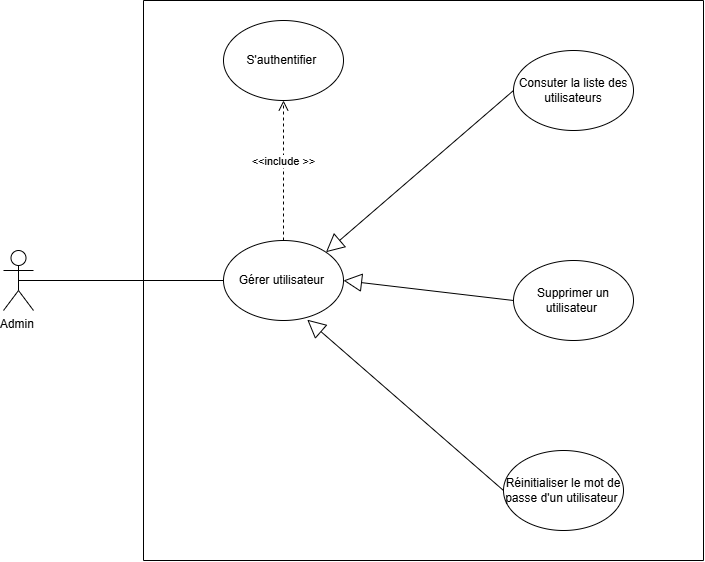
imenmallouli/deploy keeps this draw.io diagram as image/Diagramme Admin use case.png. Above is the earlier version. Source tidied: cells renumbered, new cells last; positions are measured from the earlier drawing's top-left corner, leaving out a move shared by most shapes. Source of this version:
```xml
<mxGraphModel>
  <root>
    <mxCell id="0" />
    <mxCell id="1" parent="0" />
    <mxCell id="2" value="Admin&amp;nbsp;" style="shape=umlActor;verticalLabelPosition=bottom;verticalAlign=top;html=1;outlineConnect=0;" parent="1" vertex="1">
      <mxGeometry y="250" width="30" height="60" as="geometry" />
    </mxCell>
    <mxCell id="3" value="Gérer utilisateur&amp;nbsp;" style="ellipse;whiteSpace=wrap;html=1;" parent="1" vertex="1">
      <mxGeometry x="220" y="240" width="120" height="80" as="geometry" />
    </mxCell>
    <mxCell id="4" value="Supprimer un utilisateur&amp;nbsp;" style="ellipse;whiteSpace=wrap;html=1;" parent="1" vertex="1">
      <mxGeometry x="510" y="260" width="120" height="80" as="geometry" />
    </mxCell>
    <mxCell id="5" value="Consuter la liste des utilisateurs" style="ellipse;whiteSpace=wrap;html=1;" parent="1" vertex="1">
      <mxGeometry x="510" y="50" width="120" height="80" as="geometry" />
    </mxCell>
    <mxCell id="6" value="Réinitialiser le mot de passe d'un utilisateur&amp;nbsp;" style="ellipse;whiteSpace=wrap;html=1;" parent="1" vertex="1">
      <mxGeometry x="500" y="450" width="120" height="80" as="geometry" />
    </mxCell>
    <mxCell id="7" value="S'authentifier&amp;nbsp;" style="ellipse;whiteSpace=wrap;html=1;" parent="1" vertex="1">
      <mxGeometry x="220" y="20" width="120" height="80" as="geometry" />
    </mxCell>
    <mxCell id="8" style="endArrow=block;endSize=16;endFill=0;html=1;rounded=0;exitX=0;exitY=0.5;exitDx=0;exitDy=0;entryX=1;entryY=0;entryDx=0;entryDy=0;" parent="1" edge="1" source="5" target="3">
      <mxGeometry relative="1" as="geometry" />
    </mxCell>
    <mxCell id="9" style="endArrow=block;endSize=16;endFill=0;html=1;rounded=0;exitX=0;exitY=0.5;exitDx=0;exitDy=0;entryX=1;entryY=0.5;entryDx=0;entryDy=0;" parent="1" edge="1" source="4" target="3">
      <mxGeometry relative="1" as="geometry" />
    </mxCell>
    <mxCell id="10" style="endArrow=block;endSize=16;endFill=0;html=1;rounded=0;exitX=0;exitY=0.5;exitDx=0;exitDy=0;entryX=0.698;entryY=0.99;entryDx=0;entryDy=0;entryPerimeter=0;" parent="1" edge="1" source="6" target="3">
      <mxGeometry relative="1" as="geometry" />
    </mxCell>
    <mxCell id="11" value="&amp;lt;&amp;lt;include &amp;gt;&amp;gt;" style="html=1;verticalAlign=bottom;endArrow=open;dashed=1;endSize=8;curved=0;rounded=0;entryX=0.5;entryY=1;entryDx=0;entryDy=0;exitX=0.5;exitY=0;exitDx=0;exitDy=0;" parent="1" edge="1" source="3" target="7">
      <mxGeometry relative="1" as="geometry" />
    </mxCell>
    <mxCell id="12" style="endArrow=none;html=1;rounded=0;exitX=0;exitY=0.5;exitDx=0;exitDy=0;entryX=0.5;entryY=0.5;entryDx=0;entryDy=0;entryPerimeter=0;" parent="1" edge="1" source="3" target="2">
      <mxGeometry relative="1" as="geometry" />
    </mxCell>
    <mxCell id="13" style="endArrow=none;html=1;rounded=0;" parent="1" edge="1">
      <mxGeometry relative="1" as="geometry">
        <mxPoint x="140" y="560" as="sourcePoint" />
        <mxPoint x="140" as="targetPoint" />
      </mxGeometry>
    </mxCell>
    <mxCell id="14" style="endArrow=none;html=1;rounded=0;" parent="1" edge="1">
      <mxGeometry relative="1" as="geometry">
        <mxPoint x="700" as="sourcePoint" />
        <mxPoint x="140" as="targetPoint" />
      </mxGeometry>
    </mxCell>
    <mxCell id="15" style="endArrow=none;html=1;rounded=0;" parent="1" edge="1">
      <mxGeometry relative="1" as="geometry">
        <mxPoint x="700" y="560" as="sourcePoint" />
        <mxPoint x="700" as="targetPoint" />
      </mxGeometry>
    </mxCell>
    <mxCell id="16" style="endArrow=none;html=1;rounded=0;" parent="1" edge="1">
      <mxGeometry relative="1" as="geometry">
        <mxPoint x="700" y="560" as="sourcePoint" />
        <mxPoint x="140" y="560" as="targetPoint" />
      </mxGeometry>
    </mxCell>
  </root>
</mxGraphModel>
```
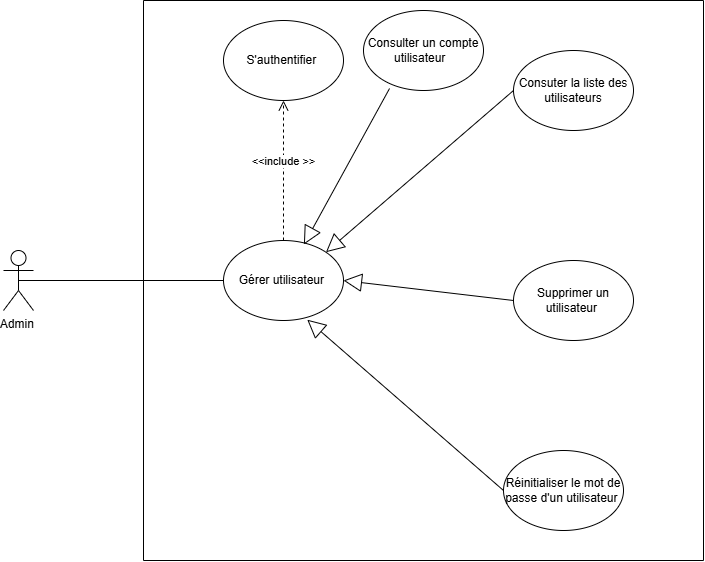
After the change.

Diff of the diagram source:
```diff
@@ -59,5 +59,11 @@
         <mxPoint x="140" y="560" as="targetPoint" />
       </mxGeometry>
     </mxCell>
+    <mxCell id="17" value="Consulter un compte utilisateur&amp;nbsp;&amp;nbsp;" style="ellipse;whiteSpace=wrap;html=1;" parent="1" vertex="1">
+      <mxGeometry x="360" y="10" width="120" height="80" as="geometry" />
+    </mxCell>
+    <mxCell id="18" style="endArrow=block;endSize=16;endFill=0;html=1;rounded=0;exitX=0.217;exitY=0.975;exitDx=0;exitDy=0;exitPerimeter=0;entryX=0.67;entryY=0.05;entryDx=0;entryDy=0;entryPerimeter=0;" parent="1" edge="1" source="17" target="3">
+      <mxGeometry relative="1" as="geometry" />
+    </mxCell>
   </root>
 </mxGraphModel>
```
